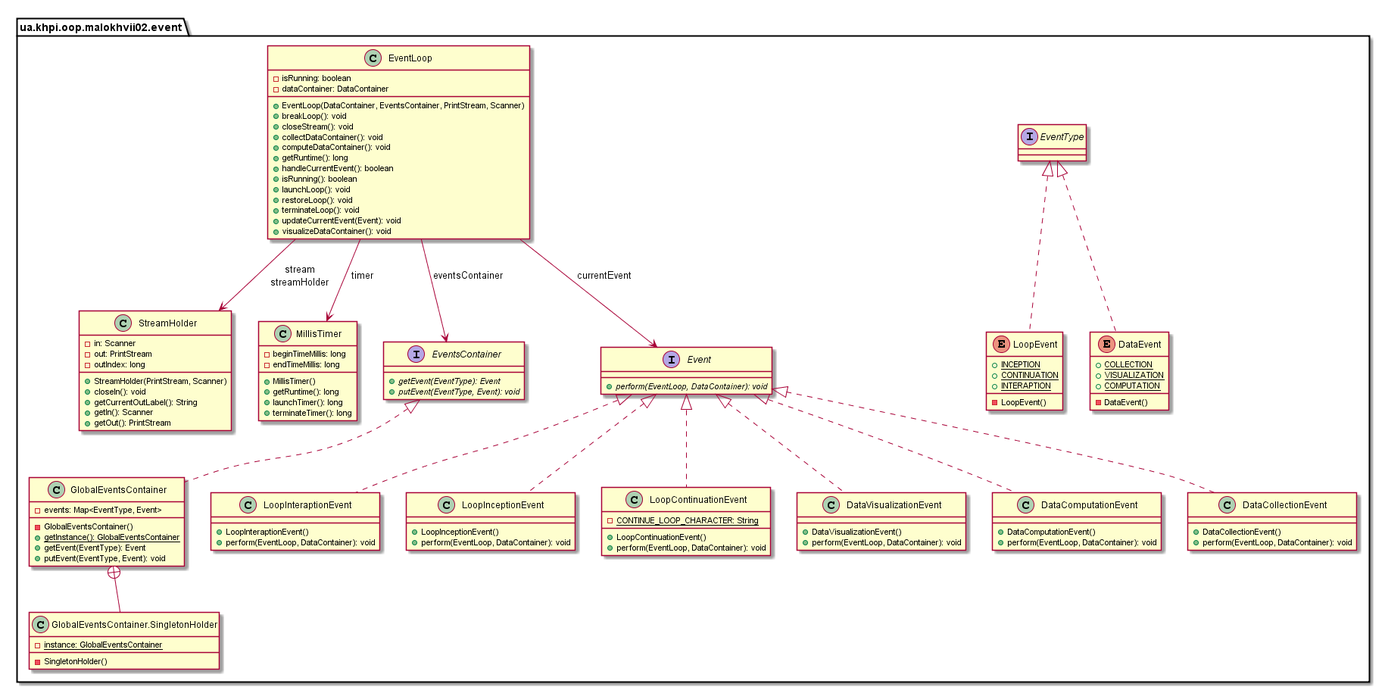
Earlier version of the PlantUML export malokhvii-eduard/malokhvii02/doc/plantuml/png/ua.khpi.oop.malokhvii02.event.package.png (P-Kalin/kit26a). Source of this version:
```plantuml
@startuml

    namespace ua.khpi.oop.malokhvii02.event {

        class StreamHolder {
            -in: Scanner
            -out: PrintStream
            -outIndex: long
            +StreamHolder(PrintStream, Scanner)
            +closeIn(): void
            +getCurrentOutLabel(): String
            +getIn(): Scanner
            +getOut(): PrintStream
        }

        class MillisTimer {
            -beginTimeMillis: long
            -endTimeMillis: long
            +MillisTimer()
            +getRuntime(): long
            +launchTimer(): long
            +terminateTimer(): long
        }

        class LoopInteraptionEvent {
            +LoopInteraptionEvent()
            +perform(EventLoop, DataContainer): void
        }

        class LoopInceptionEvent {
            +LoopInceptionEvent()
            +perform(EventLoop, DataContainer): void
        }

        enum LoopEvent {
            {static} +INCEPTION
            {static} +CONTINUATION
            {static} +INTERAPTION
            -LoopEvent()
        }

        class LoopContinuationEvent {
            {static} -CONTINUE_LOOP_CHARACTER: String
            +LoopContinuationEvent()
            +perform(EventLoop, DataContainer): void
        }

        class GlobalEventsContainer {
            -events: Map<EventType, Event>
            -GlobalEventsContainer()
            {static} +getInstance(): GlobalEventsContainer
            +getEvent(EventType): Event
            +putEvent(EventType, Event): void
        }

        class ua.khpi.oop.malokhvii02.event.GlobalEventsContainer.SingletonHolder {
            {static} -instance: GlobalEventsContainer
            -SingletonHolder()
        }

        interface EventType {
        }

        interface EventsContainer {
            {abstract} +getEvent(EventType): Event
            {abstract} +putEvent(EventType, Event): void
        }

        class EventLoop {
            -isRunning: boolean
            -dataContainer: DataContainer
            +EventLoop(DataContainer, EventsContainer, PrintStream, Scanner)
            +breakLoop(): void
            +closeStream(): void
            +collectDataContainer(): void
            +computeDataContainer(): void
            +getRuntime(): long
            +handleCurrentEvent(): boolean
            +isRunning(): boolean
            +launchLoop(): void
            +restoreLoop(): void
            +terminateLoop(): void
            +updateCurrentEvent(Event): void
            +visualizeDataContainer(): void
        }

        interface Event {
            {abstract} +perform(EventLoop, DataContainer): void
        }

        class DataVisualizationEvent {
            +DataVisualizationEvent()
            +perform(EventLoop, DataContainer): void
        }

        enum DataEvent {
            {static} +COLLECTION
            {static} +VISUALIZATION
            {static} +COMPUTATION
            -DataEvent()
        }

        class DataComputationEvent {
            +DataComputationEvent()
            +perform(EventLoop, DataContainer): void
        }

        class DataCollectionEvent {
            +DataCollectionEvent()
            +perform(EventLoop, DataContainer): void
        }

        Event <|.. LoopInteraptionEvent

        Event <|.. LoopInceptionEvent

        EventType <|.. LoopEvent

        Event <|.. LoopContinuationEvent

        EventsContainer <|.. GlobalEventsContainer

        GlobalEventsContainer +-- ua.khpi.oop.malokhvii02.event.GlobalEventsContainer.SingletonHolder

        Event <|.. DataVisualizationEvent

        EventType <|.. DataEvent

        Event <|.. DataComputationEvent

        Event <|.. DataCollectionEvent

        EventLoop --> EventsContainer: eventsContainer

        EventLoop --> Event: currentEvent

        EventLoop --> StreamHolder: stream\nstreamHolder

        EventLoop --> MillisTimer: timer

    }

@enduml
```
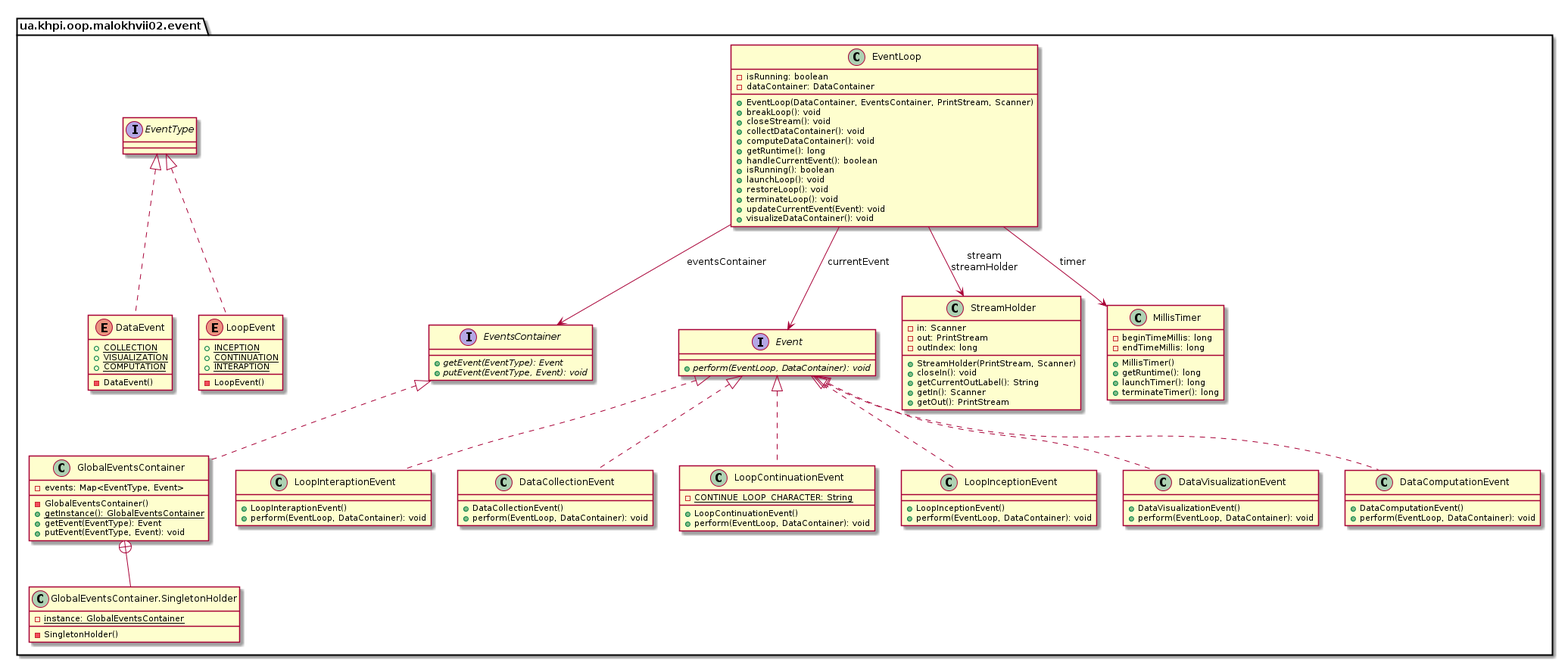
Above is the later version.

Diff of the diagram source:
```diff
@@ -1,6 +1,50 @@
 @startuml
 
     namespace ua.khpi.oop.malokhvii02.event {
+
+        enum DataEvent {
+            {static} +COLLECTION
+            {static} +VISUALIZATION
+            {static} +COMPUTATION
+            -DataEvent()
+        }
+
+        class LoopInteraptionEvent {
+            +LoopInteraptionEvent()
+            +perform(EventLoop, DataContainer): void
+        }
+
+        interface EventsContainer {
+            {abstract} +getEvent(EventType): Event
+            {abstract} +putEvent(EventType, Event): void
+        }
+
+        interface Event {
+            {abstract} +perform(EventLoop, DataContainer): void
+        }
+
+        class DataCollectionEvent {
+            +DataCollectionEvent()
+            +perform(EventLoop, DataContainer): void
+        }
+
+        class LoopContinuationEvent {
+            {static} -CONTINUE_LOOP_CHARACTER: String
+            +LoopContinuationEvent()
+            +perform(EventLoop, DataContainer): void
+        }
+
+        enum LoopEvent {
+            {static} +INCEPTION
+            {static} +CONTINUATION
+            {static} +INTERAPTION
+            -LoopEvent()
+        }
+
+        class LoopInceptionEvent {
+            +LoopInceptionEvent()
+            +perform(EventLoop, DataContainer): void
+        }
 
         class StreamHolder {
             -in: Scanner
@@ -11,59 +55,6 @@
             +getCurrentOutLabel(): String
             +getIn(): Scanner
             +getOut(): PrintStream
-        }
-
-        class MillisTimer {
-            -beginTimeMillis: long
-            -endTimeMillis: long
-            +MillisTimer()
-            +getRuntime(): long
-            +launchTimer(): long
-            +terminateTimer(): long
-        }
-
-        class LoopInteraptionEvent {
-            +LoopInteraptionEvent()
-            +perform(EventLoop, DataContainer): void
-        }
-
-        class LoopInceptionEvent {
-            +LoopInceptionEvent()
-            +perform(EventLoop, DataContainer): void
-        }
-
-        enum LoopEvent {
-            {static} +INCEPTION
-            {static} +CONTINUATION
-            {static} +INTERAPTION
-            -LoopEvent()
-        }
-
-        class LoopContinuationEvent {
-            {static} -CONTINUE_LOOP_CHARACTER: String
-            +LoopContinuationEvent()
-            +perform(EventLoop, DataContainer): void
-        }
-
-        class GlobalEventsContainer {
-            -events: Map<EventType, Event>
-            -GlobalEventsContainer()
-            {static} +getInstance(): GlobalEventsContainer
-            +getEvent(EventType): Event
-            +putEvent(EventType, Event): void
-        }
-
-        class ua.khpi.oop.malokhvii02.event.GlobalEventsContainer.SingletonHolder {
-            {static} -instance: GlobalEventsContainer
-            -SingletonHolder()
-        }
-
-        interface EventType {
-        }
-
-        interface EventsContainer {
-            {abstract} +getEvent(EventType): Event
-            {abstract} +putEvent(EventType, Event): void
         }
 
         class EventLoop {
@@ -84,20 +75,25 @@
             +visualizeDataContainer(): void
         }
 
-        interface Event {
-            {abstract} +perform(EventLoop, DataContainer): void
-        }
-
         class DataVisualizationEvent {
             +DataVisualizationEvent()
             +perform(EventLoop, DataContainer): void
         }
 
-        enum DataEvent {
-            {static} +COLLECTION
-            {static} +VISUALIZATION
-            {static} +COMPUTATION
-            -DataEvent()
+        interface EventType {
+        }
+
+        class GlobalEventsContainer {
+            -events: Map<EventType, Event>
+            -GlobalEventsContainer()
+            {static} +getInstance(): GlobalEventsContainer
+            +getEvent(EventType): Event
+            +putEvent(EventType, Event): void
+        }
+
+        class ua.khpi.oop.malokhvii02.event.GlobalEventsContainer.SingletonHolder {
+            {static} -instance: GlobalEventsContainer
+            -SingletonHolder()
         }
 
         class DataComputationEvent {
@@ -105,30 +101,34 @@
             +perform(EventLoop, DataContainer): void
         }
 
-        class DataCollectionEvent {
-            +DataCollectionEvent()
-            +perform(EventLoop, DataContainer): void
+        class MillisTimer {
+            -beginTimeMillis: long
+            -endTimeMillis: long
+            +MillisTimer()
+            +getRuntime(): long
+            +launchTimer(): long
+            +terminateTimer(): long
         }
+
+        EventType <|.. DataEvent
 
         Event <|.. LoopInteraptionEvent
 
-        Event <|.. LoopInceptionEvent
+        Event <|.. DataCollectionEvent
+
+        Event <|.. LoopContinuationEvent
 
         EventType <|.. LoopEvent
 
-        Event <|.. LoopContinuationEvent
+        Event <|.. LoopInceptionEvent
+
+        Event <|.. DataVisualizationEvent
 
         EventsContainer <|.. GlobalEventsContainer
 
         GlobalEventsContainer +-- ua.khpi.oop.malokhvii02.event.GlobalEventsContainer.SingletonHolder
 
-        Event <|.. DataVisualizationEvent
-
-        EventType <|.. DataEvent
-
         Event <|.. DataComputationEvent
-
-        Event <|.. DataCollectionEvent
 
         EventLoop --> EventsContainer: eventsContainer
 
```
